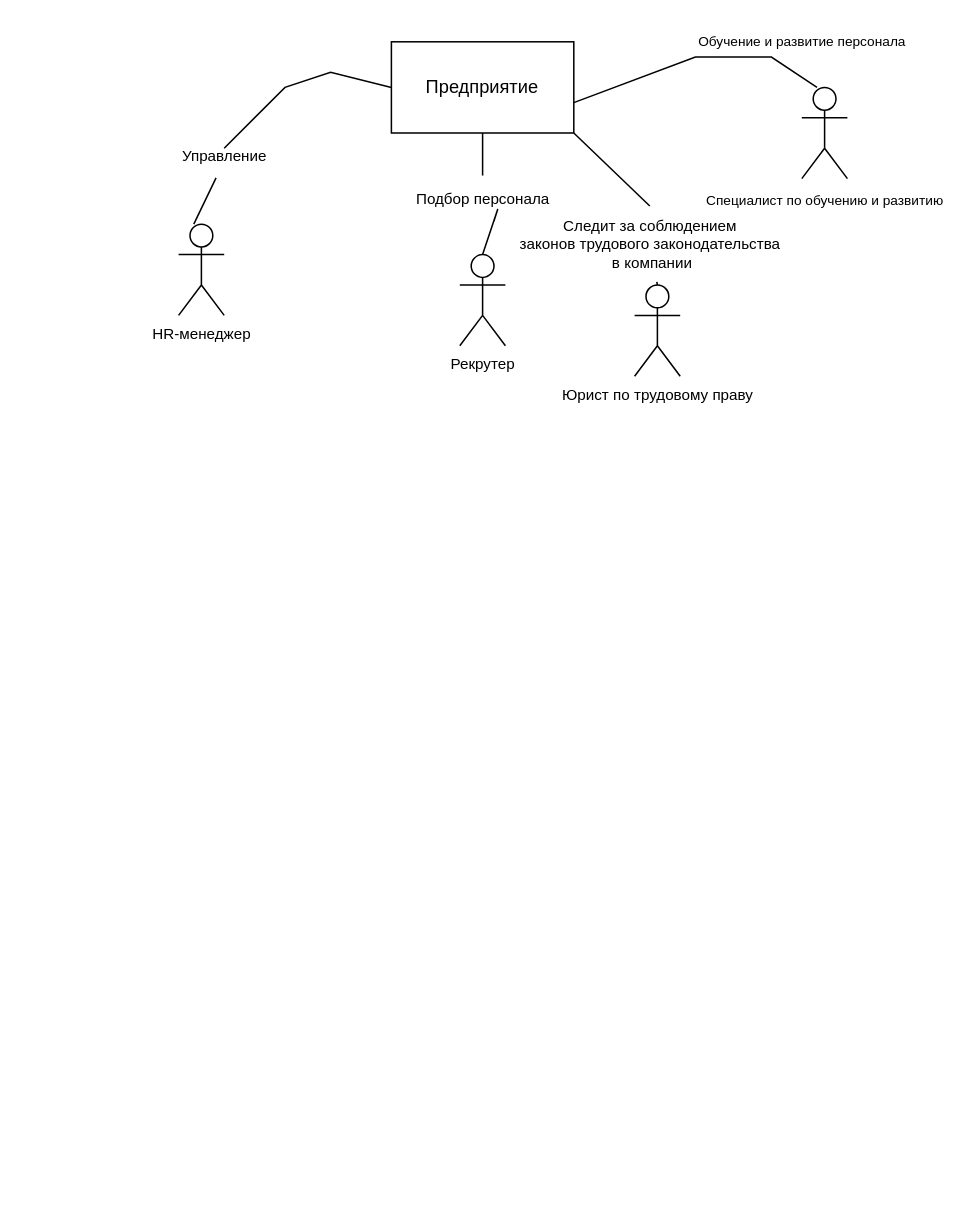
Before: Диаграмма без названия.drawio in Malginn/Labs_TSU, a draw.io diagram. Source tidied: cells renumbered, new cells numbered last; positions are measured from the earlier drawing's top-left corner, leaving out a move shared by most shapes. Both pictures are drawn from the tidied source at 152%, with x=0, y=0 at pixel (163, 26).
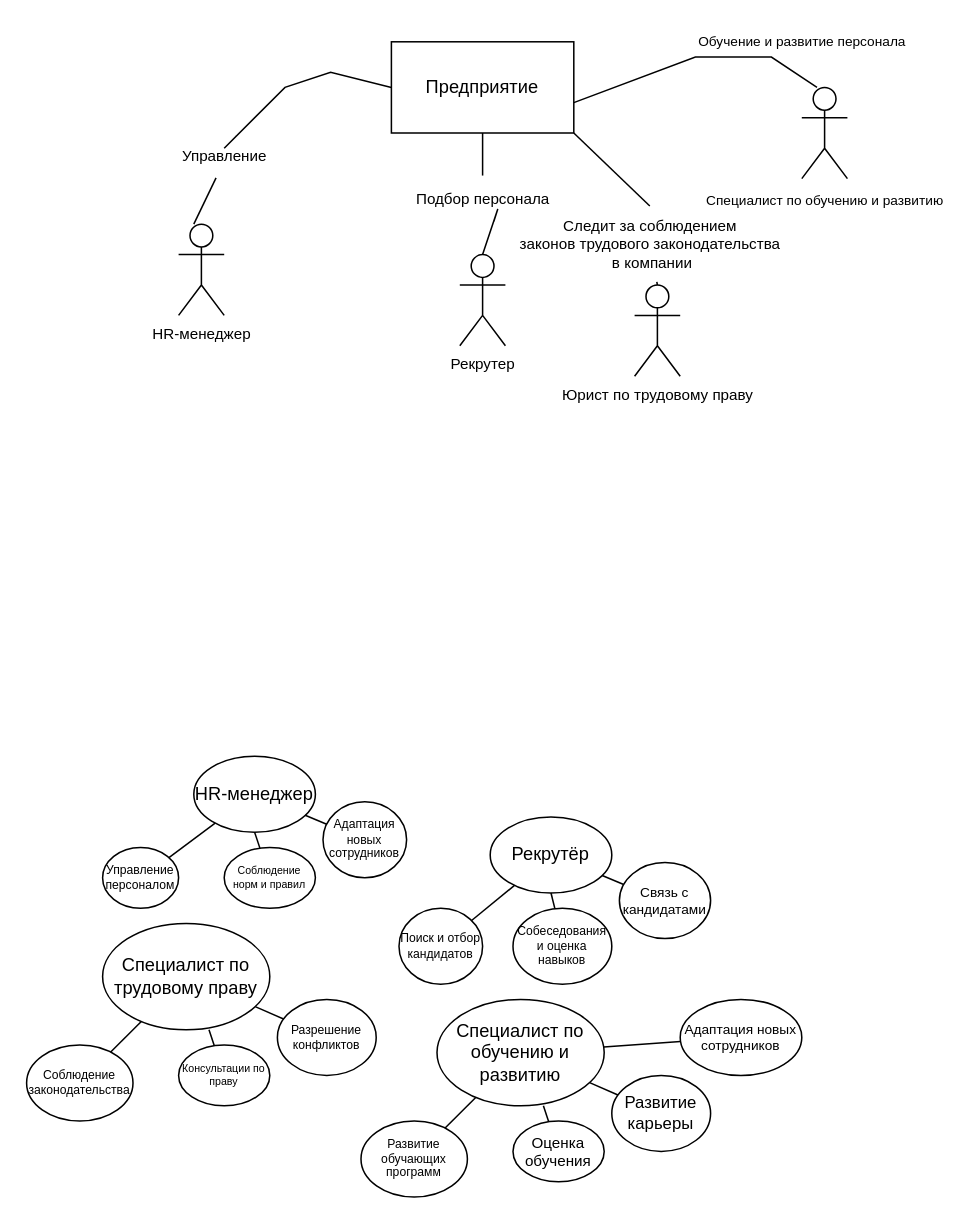
The same diagram, later.

Diff of the diagram source:
```diff
@@
+    <mxCell id="18" value="HR-менеджер" style="ellipse;whiteSpace=wrap;html=1;" parent="1" vertex="1">
+      <mxGeometry x="20" y="480" width="80" height="50" as="geometry" />
+    </mxCell>
+    <mxCell id="19" style="endArrow=none;html=1;rounded=0;" parent="1" edge="1" source="20" target="18">
+      <mxGeometry relative="1" as="geometry" />
+    </mxCell>
+    <mxCell id="20" value="Управление персоналом" style="ellipse;whiteSpace=wrap;html=1;fontSize=8;" parent="1" vertex="1">
+      <mxGeometry x="-40" y="540" width="50" height="40" as="geometry" />
+    </mxCell>
+    <mxCell id="21" value="Соблюдение норм и правил" style="ellipse;whiteSpace=wrap;html=1;fontSize=7;" parent="1" vertex="1">
+      <mxGeometry x="40" y="540" width="60" height="40" as="geometry" />
+    </mxCell>
+    <mxCell id="22" style="endArrow=none;html=1;rounded=0;" parent="1" edge="1" source="21">
+      <mxGeometry relative="1" as="geometry">
+        <mxPoint x="60" y="530" as="targetPoint" />
+      </mxGeometry>
+    </mxCell>
+    <mxCell id="23" value="Адаптация новых сотрудников" style="ellipse;whiteSpace=wrap;html=1;fontSize=8;" parent="1" vertex="1">
+      <mxGeometry x="105" y="510" width="55" height="50" as="geometry" />
+    </mxCell>
+    <mxCell id="24" style="endArrow=none;html=1;rounded=0;" parent="1" edge="1" source="23" target="18">
+      <mxGeometry relative="1" as="geometry" />
+    </mxCell>
+    <mxCell id="25" value="Рекрутёр" style="ellipse;whiteSpace=wrap;html=1;" parent="1" vertex="1">
+      <mxGeometry x="215" y="520" width="80" height="50" as="geometry" />
+    </mxCell>
+    <mxCell id="26" style="endArrow=none;html=1;rounded=0;" parent="1" edge="1" source="27" target="25">
+      <mxGeometry relative="1" as="geometry" />
+    </mxCell>
+    <mxCell id="27" value="Поиск и отбор кандидатов" style="ellipse;whiteSpace=wrap;html=1;fontSize=8;" parent="1" vertex="1">
+      <mxGeometry x="155" y="580" width="55" height="50" as="geometry" />
+    </mxCell>
+    <mxCell id="28" value="Собеседования и оценка навыков" style="ellipse;whiteSpace=wrap;html=1;fontSize=8;" parent="1" vertex="1">
+      <mxGeometry x="230" y="580" width="65" height="50" as="geometry" />
+    </mxCell>
+    <mxCell id="29" style="endArrow=none;html=1;rounded=0;" parent="1" edge="1" source="28">
+      <mxGeometry relative="1" as="geometry">
+        <mxPoint x="255" y="570" as="targetPoint" />
+      </mxGeometry>
+    </mxCell>
+    <mxCell id="30" value="Связь с кандидатами" style="ellipse;whiteSpace=wrap;html=1;fontSize=9;" parent="1" vertex="1">
+      <mxGeometry x="300" y="550" width="60" height="50" as="geometry" />
+    </mxCell>
+    <mxCell id="31" style="endArrow=none;html=1;rounded=0;" parent="1" edge="1" source="30" target="25">
+      <mxGeometry relative="1" as="geometry" />
+    </mxCell>
+    <mxCell id="32" value="Специалист по трудовому праву" style="ellipse;whiteSpace=wrap;html=1;" parent="1" vertex="1">
+      <mxGeometry x="-40" y="590" width="110" height="70" as="geometry" />
+    </mxCell>
+    <mxCell id="33" style="endArrow=none;html=1;rounded=0;" parent="1" edge="1" source="34" target="32">
+      <mxGeometry relative="1" as="geometry" />
+    </mxCell>
+    <mxCell id="34" value="Соблюдение законодательства" style="ellipse;whiteSpace=wrap;html=1;fontSize=8;" parent="1" vertex="1">
+      <mxGeometry x="-90" y="670" width="70" height="50" as="geometry" />
+    </mxCell>
+    <mxCell id="35" value="Консультации по праву" style="ellipse;whiteSpace=wrap;html=1;fontSize=7;" parent="1" vertex="1">
+      <mxGeometry x="10" y="670" width="60" height="40" as="geometry" />
+    </mxCell>
+    <mxCell id="36" style="endArrow=none;html=1;rounded=0;" parent="1" edge="1" source="35">
+      <mxGeometry relative="1" as="geometry">
+        <mxPoint x="30" y="660" as="targetPoint" />
+      </mxGeometry>
+    </mxCell>
+    <mxCell id="37" value="Разрешение конфликтов" style="ellipse;whiteSpace=wrap;html=1;fontSize=8;" parent="1" vertex="1">
+      <mxGeometry x="75" y="640" width="65" height="50" as="geometry" />
+    </mxCell>
+    <mxCell id="38" style="endArrow=none;html=1;rounded=0;" parent="1" edge="1" source="37" target="32">
+      <mxGeometry relative="1" as="geometry" />
+    </mxCell>
+    <mxCell id="39" value="Специалист по обучению и развитию" style="ellipse;whiteSpace=wrap;html=1;" parent="1" vertex="1">
+      <mxGeometry x="180" y="640" width="110" height="70" as="geometry" />
+    </mxCell>
+    <mxCell id="40" style="endArrow=none;html=1;rounded=0;" parent="1" edge="1" source="41" target="39">
+      <mxGeometry relative="1" as="geometry" />
+    </mxCell>
+    <mxCell id="41" value="Развитие обучающих программ" style="ellipse;whiteSpace=wrap;html=1;fontSize=8;" parent="1" vertex="1">
+      <mxGeometry x="130" y="720" width="70" height="50" as="geometry" />
+    </mxCell>
+    <mxCell id="42" value="Оценка обучения" style="ellipse;whiteSpace=wrap;html=1;fontSize=10;" parent="1" vertex="1">
+      <mxGeometry x="230" y="720" width="60" height="40" as="geometry" />
+    </mxCell>
+    <mxCell id="43" style="endArrow=none;html=1;rounded=0;" parent="1" edge="1" source="42">
+      <mxGeometry relative="1" as="geometry">
+        <mxPoint x="250" y="710" as="targetPoint" />
+      </mxGeometry>
+    </mxCell>
+    <mxCell id="44" value="Развитие карьеры" style="ellipse;whiteSpace=wrap;html=1;fontSize=11;" parent="1" vertex="1">
+      <mxGeometry x="295" y="690" width="65" height="50" as="geometry" />
+    </mxCell>
+    <mxCell id="45" style="endArrow=none;html=1;rounded=0;" parent="1" edge="1" source="44" target="39">
+      <mxGeometry relative="1" as="geometry" />
+    </mxCell>
+    <mxCell id="46" style="endArrow=none;html=1;rounded=0;" parent="1" edge="1" source="39" target="47">
+      <mxGeometry relative="1" as="geometry" />
+    </mxCell>
+    <mxCell id="47" value="Адаптация новых сотрудников" style="ellipse;whiteSpace=wrap;html=1;fontSize=9;" parent="1" vertex="1">
+      <mxGeometry x="340" y="640" width="80" height="50" as="geometry" />
+    </mxCell>
```
